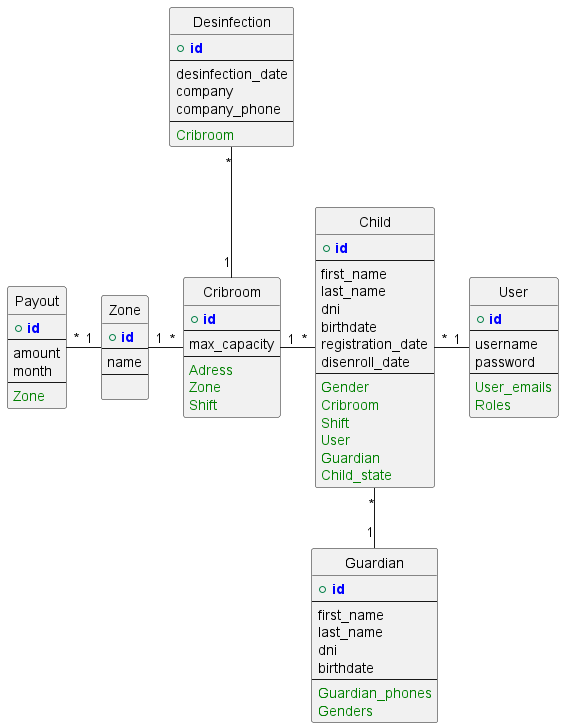
Earlier version of the PlantUML export database/diagrams/diagramUpdated.png (santiago6124/SalasCuna).
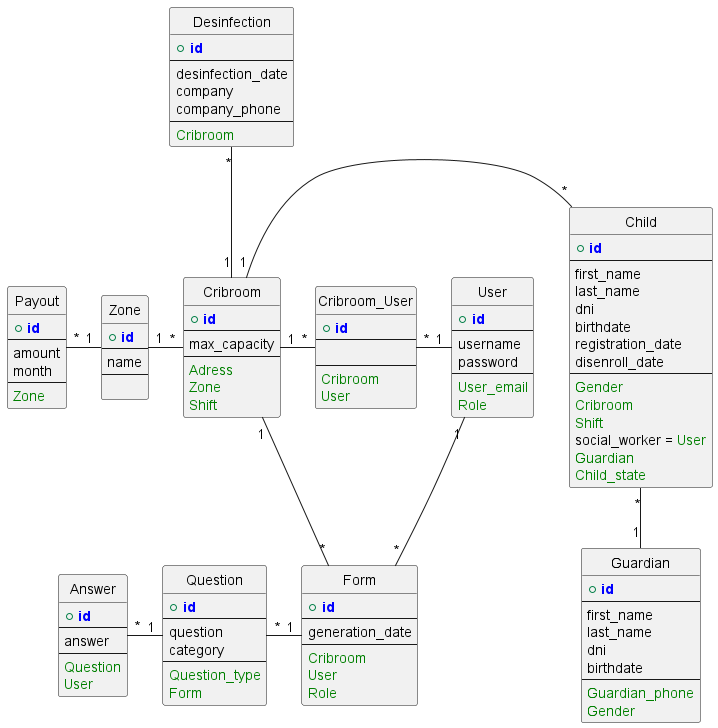
The same diagram one commit later.

Commit message:
added relations for User and Cribroom. New tables created based on Forms.

Diff of the diagram source:
```diff
@@ -64,7 +64,7 @@
     FOREIGN_KEY(Gender)
     FOREIGN_KEY(Cribroom)
     FOREIGN_KEY(Shift)
-    FOREIGN_KEY(User)
+    social_worker = FOREIGN_KEY(User)
     FOREIGN_KEY(Guardian)
     FOREIGN_KEY(Child_state)
 }
@@ -77,11 +77,22 @@
     username
     password
     --
-    FOREIGN_KEY(User_emails)
-    FOREIGN_KEY(Roles)
+    FOREIGN_KEY(User_email)
+    FOREIGN_KEY(Role)
 }
 
-Child "*" - "1" User
+entity Cribroom_User {
+    + PRIMARY_KEY(id)
+    --
+
+    --
+    FOREIGN_KEY(Cribroom)
+    FOREIGN_KEY(User)
+}
+
+Cribroom "1" - "*" Cribroom_User
+Cribroom_User "*" - "1" User
+
 
 entity Guardian {
     + PRIMARY_KEY(id)
@@ -91,11 +102,52 @@
     dni
     birthdate
     --
-    FOREIGN_KEY(Guardian_phones)
-    FOREIGN_KEY(Genders)
+    FOREIGN_KEY(Guardian_phone)
+    FOREIGN_KEY(Gender)
 }
 
 Child "*" -- "1" Guardian
 
+entity Form {
+    + PRIMARY_KEY(id)
+    --
+    generation_date
+    --
+    FOREIGN_KEY(Cribroom)
+    FOREIGN_KEY(User)
+    FOREIGN_KEY(Role)
+}
+
+User "1" -- "*" Form
+Cribroom "1" - "*" Form
+
+
+
+entity Question {
+    + PRIMARY_KEY(id)
+    --
+    question
+    category
+    --
+    FOREIGN_KEY(Question_type)
+    FOREIGN_KEY(Form)
+}
+Question "*" - "1" Form
+
+entity Answer {
+    + PRIMARY_KEY(id)
+    --
+    answer
+    --
+    FOREIGN_KEY(Question)
+    FOREIGN_KEY(User)
+}
+Answer "*" - "1" Question
+
+
+
+
+
+
 
 @enduml
```
